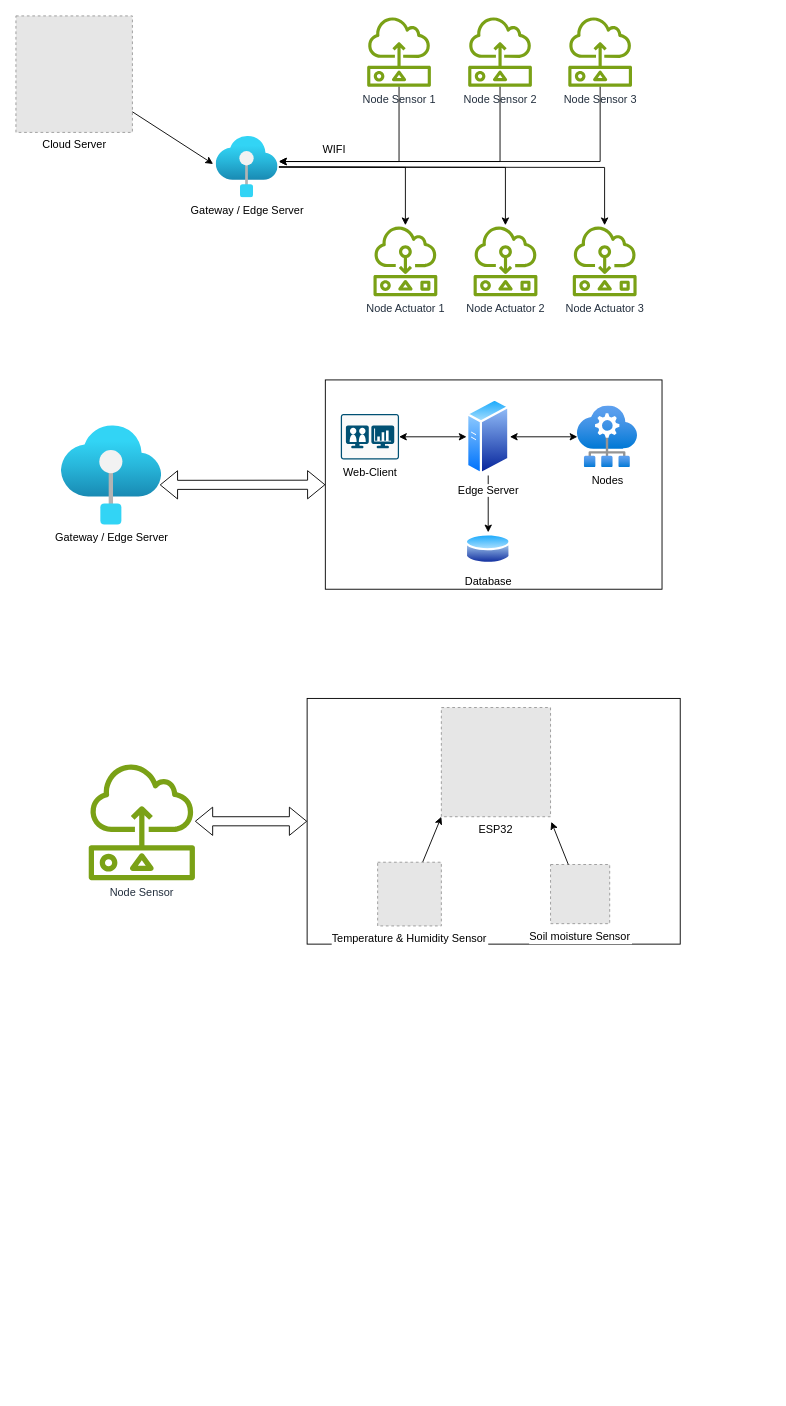
This is Project2.drawio from UIT20522097/UIT20522097.github.io, a draw.io file, before an edit. Source tidied: cells renumbered, new cells numbered last; positions are measured from the earlier drawing's top-left corner, leaving out a move shared by most shapes. Both pictures are drawn from the tidied source at 91%, with x=0, y=0 at pixel (15, 15). Pictures stored in the file or linked from it are replaced by grey dashed boxes.
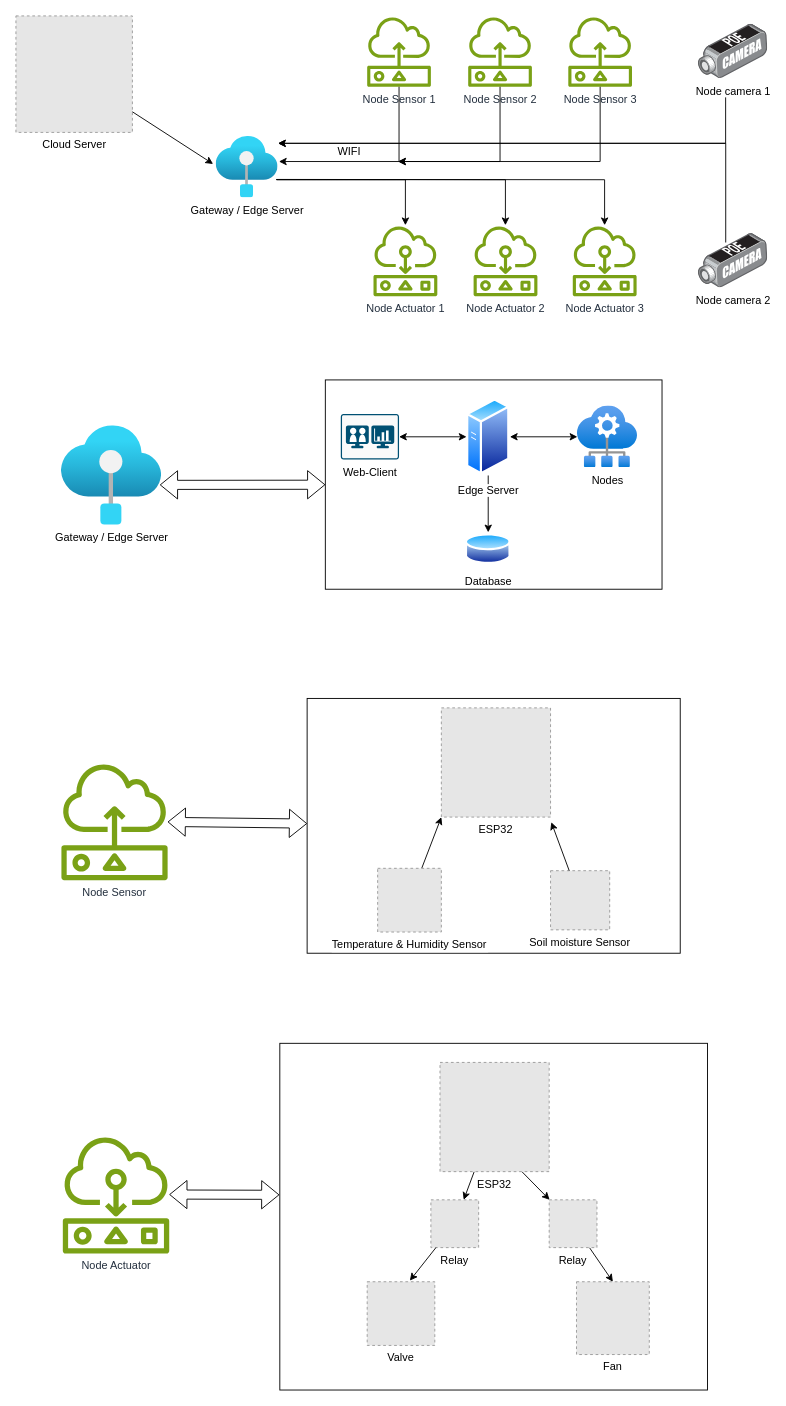
The same diagram, later.

Commit message:
Cập nhật Project2.drawio

The change refers to these unchanged cells:
```xml
<mxCell id="7" value="Gateway / Edge Server" style="image;html=1;points=[];align=center;fontSize=12;image=img/lib/azure2/iot/IoT_Edge.svg;" parent="1" vertex="1">
  <mxGeometry x="220" y="132" width="68" height="68" as="geometry" />
</mxCell>
<mxCell id="9" value="Node Actuator 1" style="sketch=0;outlineConnect=0;fontColor=#232F3E;gradientColor=none;fillColor=#7AA116;strokeColor=none;dashed=0;verticalLabelPosition=bottom;verticalAlign=top;align=center;html=1;fontSize=12;fontStyle=0;shape=mxgraph.aws4.actuator;" parent="8" vertex="1">
  <mxGeometry width="72" height="78" as="geometry" />
</mxCell>
<mxCell id="10" value="Node Actuator 3" style="sketch=0;outlineConnect=0;fontColor=#232F3E;gradientColor=none;fillColor=#7AA116;strokeColor=none;dashed=0;verticalLabelPosition=bottom;verticalAlign=top;align=center;html=1;fontSize=12;fontStyle=0;shape=mxgraph.aws4.actuator;" parent="8" vertex="1">
  <mxGeometry x="219" width="72" height="78" as="geometry" />
</mxCell>
<mxCell id="11" value="Node Actuator 2" style="sketch=0;outlineConnect=0;fontColor=#232F3E;gradientColor=none;fillColor=#7AA116;strokeColor=none;dashed=0;verticalLabelPosition=bottom;verticalAlign=top;align=center;html=1;fontSize=12;fontStyle=0;shape=mxgraph.aws4.actuator;" parent="8" vertex="1">
  <mxGeometry x="110" width="72" height="78" as="geometry" />
</mxCell>
<mxCell id="13" value="Node Sensor 2" style="sketch=0;outlineConnect=0;fontColor=#232F3E;gradientColor=none;fillColor=#7AA116;strokeColor=none;dashed=0;verticalLabelPosition=bottom;verticalAlign=top;align=center;html=1;fontSize=12;fontStyle=0;shape=mxgraph.aws4.sensor;" parent="12" vertex="1">
  <mxGeometry x="111" width="70" height="78" as="geometry" />
</mxCell>
<mxCell id="15" value="Node Sensor 3" style="sketch=0;outlineConnect=0;fontColor=#232F3E;gradientColor=none;fillColor=#7AA116;strokeColor=none;dashed=0;verticalLabelPosition=bottom;verticalAlign=top;align=center;html=1;fontSize=12;fontStyle=0;shape=mxgraph.aws4.sensor;" parent="12" vertex="1">
  <mxGeometry x="221" width="70" height="78" as="geometry" />
</mxCell>
```

The edit, as a diff of the source:
```diff
@@
+    <mxCell id="40" style="rounded=0;whiteSpace=wrap;html=1;" parent="1" vertex="1">
+      <mxGeometry x="290" y="1129" width="470" height="381" as="geometry" />
+    </mxCell>
@@
-    <mxCell id="4" style="edgeStyle=orthogonalEdgeStyle;rounded=0;jettySize=auto;html=1;" parent="1" edge="1" target="9">
+    <mxCell id="4" style="edgeStyle=orthogonalEdgeStyle;rounded=0;jettySize=auto;html=1;exitX=0.976;exitY=0.707;exitDx=0;exitDy=0;exitPerimeter=0;" parent="1" edge="1" source="7" target="9">
       <mxGeometry relative="1" as="geometry">
-        <mxPoint x="289" y="166" as="sourcePoint" />
+        <Array as="points">
+          <mxPoint x="289" y="180" />
+          <mxPoint x="428" y="180" />
+        </Array>
       </mxGeometry>
     </mxCell>
-    <mxCell id="5" style="edgeStyle=orthogonalEdgeStyle;rounded=0;jettySize=auto;html=1;" parent="1" edge="1" target="11">
+    <mxCell id="5" style="edgeStyle=orthogonalEdgeStyle;rounded=0;jettySize=auto;html=1;exitX=0.98;exitY=0.703;exitDx=0;exitDy=0;exitPerimeter=0;" parent="1" edge="1" source="7" target="11">
       <mxGeometry relative="1" as="geometry">
-        <mxPoint x="289" y="166" as="sourcePoint" />
+        <Array as="points">
+          <mxPoint x="289" y="180" />
+          <mxPoint x="538" y="180" />
+        </Array>
       </mxGeometry>
     </mxCell>
-    <mxCell id="6" style="edgeStyle=orthogonalEdgeStyle;rounded=0;jettySize=auto;html=1;" parent="1" edge="1" target="10">
+    <mxCell id="6" style="edgeStyle=orthogonalEdgeStyle;rounded=0;jettySize=auto;html=1;exitX=0.969;exitY=0.702;exitDx=0;exitDy=0;exitPerimeter=0;" parent="1" edge="1" source="7" target="10">
       <mxGeometry relative="1" as="geometry">
-        <mxPoint x="289" y="166" as="sourcePoint" />
+        <Array as="points">
+          <mxPoint x="289" y="180" />
+          <mxPoint x="647" y="180" />
+        </Array>
       </mxGeometry>
     </mxCell>
@@
-    <mxCell id="17" style="edgeStyle=orthogonalEdgeStyle;rounded=0;jettySize=auto;html=1;" parent="1" edge="1" source="13">
-      <mxGeometry relative="1" as="geometry">
-        <mxPoint x="289" y="160" as="targetPoint" />
-        <Array as="points">
-          <mxPoint x="532" y="160" />
-        </Array>
-      </mxGeometry>
-    </mxCell>
-    <mxCell id="18" style="edgeStyle=orthogonalEdgeStyle;rounded=0;jettySize=auto;html=1;" parent="1" edge="1" source="15">
-      <mxGeometry relative="1" as="geometry">
-        <mxPoint x="289" y="160" as="targetPoint" />
-        <Array as="points">
-          <mxPoint x="642" y="160" />
-        </Array>
-      </mxGeometry>
-    </mxCell>
@@
     <mxCell id="21" value="Node Sensor" style="sketch=0;outlineConnect=0;fontColor=#232F3E;gradientColor=none;fillColor=#7AA116;strokeColor=none;dashed=0;verticalLabelPosition=bottom;verticalAlign=top;align=center;html=1;fontSize=12;fontStyle=0;shape=mxgraph.aws4.sensor;" parent="1" vertex="1">
-      <mxGeometry x="80" y="820" width="116.7" height="130" as="geometry" />
+      <mxGeometry x="50" y="820" width="116.7" height="130" as="geometry" />
     </mxCell>
-    <mxCell id="22" value="WIFI" style="text;html=1;strokeColor=none;fillColor=none;align=center;verticalAlign=middle;whiteSpace=wrap;rounded=0;" parent="1" vertex="1">
-      <mxGeometry x="320" y="132" width="60" height="30" as="geometry" />
-    </mxCell>
@@
     <mxCell id="33" style="group;" parent="1" vertex="1">
-      <mxGeometry x="320" y="750" width="410" height="270" as="geometry" />
+      <mxGeometry x="320" y="750" width="410" height="280" as="geometry" />
     </mxCell>
     <mxCell id="34" style="rounded=0;whiteSpace=wrap;html=1;" parent="33" vertex="1">
-      <mxGeometry width="410" height="270" as="geometry" />
+      <mxGeometry width="410" height="280" as="geometry" />
     </mxCell>
     <mxCell id="35" value="ESP32" style="fillColor=#E6E6E6;strokeColor=#999999;dashed=1;verticalLabelPosition=bottom;labelBackgroundColor=default;verticalAlign=top;" parent="33" vertex="1">
-      <mxGeometry x="147.5" y="10" width="120" height="120" as="geometry" />
+      <mxGeometry x="147.5" y="10.4" width="120" height="120" as="geometry" />
     </mxCell>
@@
     <mxCell id="37" value="Temperature &amp; Humidity Sensor" style="fillColor=#E6E6E6;strokeColor=#999999;dashed=1;verticalLabelPosition=bottom;labelBackgroundColor=default;verticalAlign=top;" parent="33" vertex="1">
-      <mxGeometry x="77.5" y="180" width="70" height="70" as="geometry" />
+      <mxGeometry x="77.5" y="186.7" width="70" height="70" as="geometry" />
     </mxCell>
     <mxCell id="38" value="Soil moisture Sensor" style="fillColor=#E6E6E6;strokeColor=#999999;dashed=1;verticalLabelPosition=bottom;labelBackgroundColor=default;verticalAlign=top;" parent="33" vertex="1">
-      <mxGeometry x="267.5" y="182.5" width="65" height="65" as="geometry" />
+      <mxGeometry x="267.5" y="189.3" width="65" height="65" as="geometry" />
     </mxCell>
@@
+    <mxCell id="41" value="Node Actuator" style="sketch=0;outlineConnect=0;fontColor=#232F3E;gradientColor=none;fillColor=#7AA116;strokeColor=none;dashed=0;verticalLabelPosition=bottom;verticalAlign=top;align=center;html=1;fontSize=12;fontStyle=0;shape=mxgraph.aws4.actuator;" parent="1" vertex="1">
+      <mxGeometry x="50" y="1230" width="120" height="130" as="geometry" />
+    </mxCell>
+    <mxCell id="42" style="rounded=0;jettySize=auto;html=1;" parent="1" edge="1" source="44" target="46">
+      <mxGeometry relative="1" as="geometry" />
+    </mxCell>
+    <mxCell id="43" style="rounded=0;jettySize=auto;html=1;exitX=0.75;exitY=1;exitDx=0;exitDy=0;" parent="1" edge="1" source="44" target="49">
+      <mxGeometry relative="1" as="geometry" />
+    </mxCell>
+    <mxCell id="44" value="ESP32" style="fillColor=#E6E6E6;strokeColor=#999999;dashed=1;verticalLabelPosition=bottom;labelBackgroundColor=default;verticalAlign=top;" parent="1" vertex="1">
+      <mxGeometry x="466" y="1150" width="120" height="120" as="geometry" />
+    </mxCell>
+    <mxCell id="45" value="Valve" style="fillColor=#E6E6E6;strokeColor=#999999;dashed=1;verticalLabelPosition=bottom;labelBackgroundColor=default;verticalAlign=top;" parent="1" vertex="1">
+      <mxGeometry x="386" y="1391" width="74.3" height="70" as="geometry" />
+    </mxCell>
+    <mxCell id="46" value="Relay" style="fillColor=#E6E6E6;strokeColor=#999999;dashed=1;verticalLabelPosition=bottom;labelBackgroundColor=default;verticalAlign=top;" parent="1" vertex="1">
+      <mxGeometry x="456" y="1301" width="52.5" height="52.5" as="geometry" />
+    </mxCell>
+    <mxCell id="47" value="Fan" style="fillColor=#E6E6E6;strokeColor=#999999;dashed=1;verticalLabelPosition=bottom;labelBackgroundColor=default;verticalAlign=top;" parent="1" vertex="1">
+      <mxGeometry x="616" y="1391" width="80" height="80" as="geometry" />
+    </mxCell>
+    <mxCell id="48" style="rounded=0;jettySize=auto;html=1;entryX=0.5;entryY=0;entryDx=0;entryDy=0;" parent="1" edge="1" source="49" target="47">
+      <mxGeometry relative="1" as="geometry" />
+    </mxCell>
+    <mxCell id="49" value="Relay" style="fillColor=#E6E6E6;strokeColor=#999999;dashed=1;verticalLabelPosition=bottom;labelBackgroundColor=default;verticalAlign=top;" parent="1" vertex="1">
+      <mxGeometry x="586" y="1301" width="52.5" height="52.5" as="geometry" />
+    </mxCell>
+    <mxCell id="50" style="rounded=0;jettySize=auto;html=1;entryX=0.631;entryY=-0.017;entryDx=0;entryDy=0;entryPerimeter=0;" parent="1" edge="1" source="46" target="45">
+      <mxGeometry relative="1" as="geometry" />
+    </mxCell>
+    <mxCell id="51" style="shape=flexArrow;endArrow=classic;startArrow=classic;html=1;rounded=0;entryX=-0.001;entryY=0.437;entryDx=0;entryDy=0;entryPerimeter=0;" parent="1" edge="1" source="41" target="40">
+      <mxGeometry relative="1" as="geometry" />
+    </mxCell>
+    <mxCell id="52" style="edgeStyle=orthogonalEdgeStyle;rounded=0;jettySize=auto;html=1;" parent="1" edge="1" target="7">
+      <mxGeometry relative="1" as="geometry">
+        <mxPoint x="779.9" y="78" as="sourcePoint" />
+        <Array as="points">
+          <mxPoint x="780" y="140" />
+        </Array>
+      </mxGeometry>
+    </mxCell>
+    <mxCell id="53" value="Node camera 1" style="image;html=1;align=center;shadow=0;dashed=0;image=img/lib/allied_telesis/security/POE_DVS_Camera.svg;" parent="1" vertex="1">
+      <mxGeometry x="750" y="9" width="76.1" height="60" as="geometry" />
+    </mxCell>
+    <mxCell id="54" value="Node camera 2" style="image;html=1;align=center;shadow=0;dashed=0;image=img/lib/allied_telesis/security/POE_DVS_Camera.svg;" parent="1" vertex="1">
+      <mxGeometry x="750" y="239" width="76.1" height="60" as="geometry" />
+    </mxCell>
+    <mxCell id="55" style="edgeStyle=orthogonalEdgeStyle;rounded=0;jettySize=auto;html=1;" parent="1" edge="1" target="7">
+      <mxGeometry relative="1" as="geometry">
+        <mxPoint x="780" y="249" as="sourcePoint" />
+        <Array as="points">
+          <mxPoint x="780" y="140" />
+        </Array>
+      </mxGeometry>
+    </mxCell>
+    <mxCell id="56" style="edgeStyle=orthogonalEdgeStyle;rounded=0;jettySize=auto;html=1;" parent="1" edge="1" source="15" target="22">
+      <mxGeometry relative="1" as="geometry">
+        <Array as="points">
+          <mxPoint x="642" y="160" />
+        </Array>
+      </mxGeometry>
+    </mxCell>
+    <mxCell id="57" style="edgeStyle=orthogonalEdgeStyle;rounded=0;jettySize=auto;html=1;" parent="1" edge="1" source="13" target="22">
+      <mxGeometry relative="1" as="geometry">
+        <Array as="points">
+          <mxPoint x="532" y="160" />
+        </Array>
+      </mxGeometry>
+    </mxCell>
+    <mxCell id="22" value="WIFI" style="text;html=1;strokeColor=none;fillColor=none;align=center;verticalAlign=middle;whiteSpace=wrap;rounded=0;" parent="1" vertex="1">
+      <mxGeometry x="311.5" y="110" width="108.5" height="78" as="geometry" />
+    </mxCell>
```
